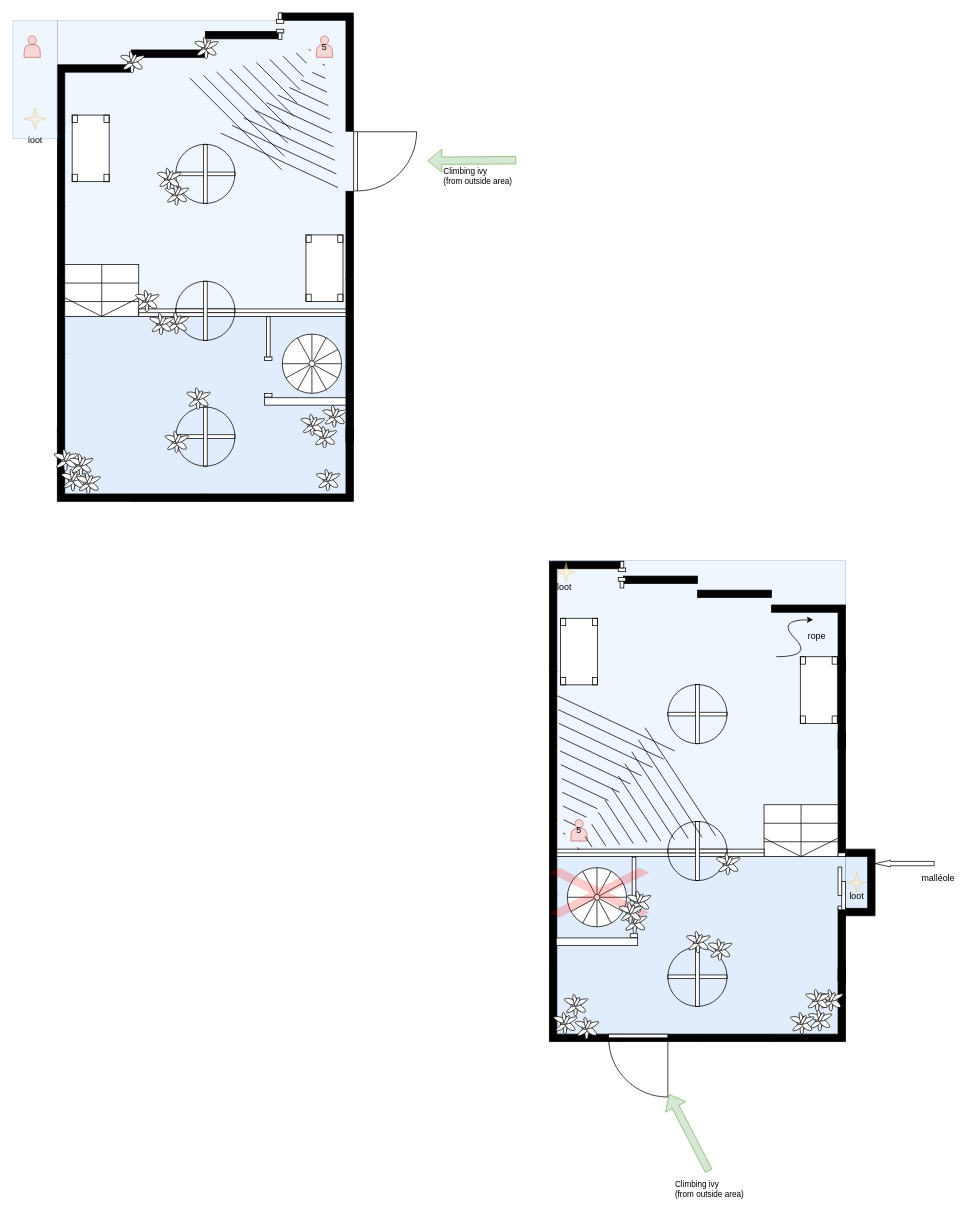
Before: page "feet" (1 of 3) of LevelDesignWS.drawio in anotien/leveldesignWS, a draw.io diagram. Source tidied: cells renumbered, new cells numbered last; positions are measured from the earlier drawing's top-left corner, leaving out a move shared by most shapes. Both pictures are drawn from the tidied source at 74%, with x=0, y=0 at pixel (13, 13).
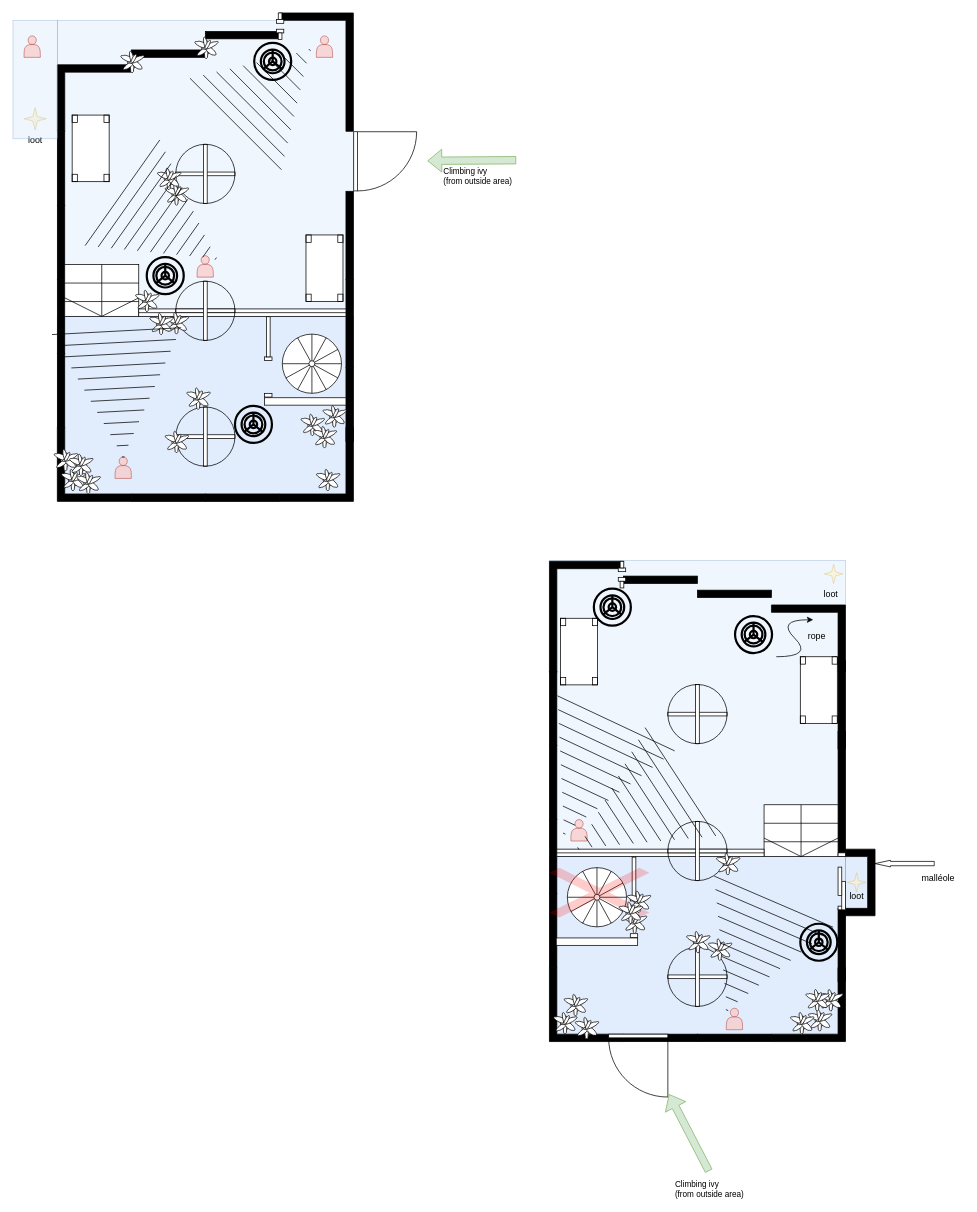
Above is the later version.

The change refers to these unchanged cells:
```xml
<mxCell id="3" style="rounded=0;whiteSpace=wrap;html=1;fillColor=#dae8fc;strokeColor=#6c8ebf;opacity=40;" parent="1" vertex="1">
  <mxGeometry x="60" y="10" width="400" height="390" as="geometry" />
</mxCell>
```

The edit, as a diff of the source:
```diff
@@
-    <mxCell id="26" value="5" style="shape=actor;whiteSpace=wrap;html=1;opacity=80;fillColor=#f8cecc;strokeColor=#b85450;" parent="1" vertex="1">
+    <mxCell id="26" style="shape=actor;whiteSpace=wrap;html=1;opacity=80;fillColor=#f8cecc;strokeColor=#b85450;" parent="1" vertex="1">
       <mxGeometry x="410" y="31" width="22" height="29" as="geometry" />
     </mxCell>
@@
-    <mxCell id="31" style="shape=mxgraph.arrows2.wedgeArrowDashed2;html=1;startWidth=87.44186046511628;stepSize=15;rounded=0;exitX=0.75;exitY=0.485;exitDx=0;exitDy=0;exitPerimeter=0;" parent="1" edge="1" source="3">
-      <mxGeometry relative="1" as="geometry">
-        <mxPoint x="420" y="70" as="targetPoint" />
-      </mxGeometry>
-    </mxCell>
@@
-    <mxCell id="70" value="5" style="shape=actor;whiteSpace=wrap;html=1;opacity=80;fillColor=#f8cecc;strokeColor=#b85450;" parent="1" vertex="1">
+    <mxCell id="70" style="shape=actor;whiteSpace=wrap;html=1;opacity=80;fillColor=#f8cecc;strokeColor=#b85450;" parent="1" vertex="1">
       <mxGeometry x="754" y="1090" width="22" height="29" as="geometry" />
     </mxCell>
@@
     <mxCell id="94" style="verticalLabelPosition=bottom;verticalAlign=top;html=1;shape=mxgraph.basic.4_point_star_2;dx=0.8;strokeColor=#d6b656;strokeWidth=1;fillColor=#fff2cc;sketch=0;opacity=50;" parent="1" vertex="1">
-      <mxGeometry x="735" y="743" width="25" height="26" as="geometry" />
+      <mxGeometry x="1096.5" y="745" width="25" height="26" as="geometry" />
     </mxCell>
     <mxCell id="95" value="&lt;div&gt;loot&lt;/div&gt;" style="text;html=1;align=center;verticalAlign=middle;strokeColor=none;fillColor=none;" parent="1" vertex="1">
-      <mxGeometry x="725.4" y="761" width="40" height="30" as="geometry" />
+      <mxGeometry x="1084.6" y="771" width="40" height="30" as="geometry" />
     </mxCell>
@@
+    <mxCell id="115" style="verticalLabelPosition=bottom;html=1;verticalAlign=top;align=center;shape=mxgraph.floorplan.floor_lamp;sketch=0;strokeColor=default;strokeWidth=3;fillColor=none;gradientColor=none;" parent="1" vertex="1">
+      <mxGeometry x="300" y="531" width="50" height="50" as="geometry" />
+    </mxCell>
+    <mxCell id="116" style="verticalLabelPosition=bottom;html=1;verticalAlign=top;align=center;shape=mxgraph.floorplan.floor_lamp;sketch=0;strokeColor=default;strokeWidth=3;fillColor=none;gradientColor=none;" parent="1" vertex="1">
+      <mxGeometry x="180.8" y="330" width="50" height="50" as="geometry" />
+    </mxCell>
+    <mxCell id="117" style="verticalLabelPosition=bottom;html=1;verticalAlign=top;align=center;shape=mxgraph.floorplan.floor_lamp;sketch=0;strokeColor=default;strokeWidth=3;fillColor=none;gradientColor=none;" parent="1" vertex="1">
+      <mxGeometry x="326" y="40.5" width="50" height="50" as="geometry" />
+    </mxCell>
+    <mxCell id="118" style="verticalLabelPosition=bottom;html=1;verticalAlign=top;align=center;shape=mxgraph.floorplan.floor_lamp;sketch=0;strokeColor=default;strokeWidth=3;fillColor=none;gradientColor=none;" parent="1" vertex="1">
+      <mxGeometry x="975.8" y="815" width="50" height="50" as="geometry" />
+    </mxCell>
+    <mxCell id="119" style="verticalLabelPosition=bottom;html=1;verticalAlign=top;align=center;shape=mxgraph.floorplan.floor_lamp;sketch=0;strokeColor=default;strokeWidth=3;fillColor=none;gradientColor=none;" parent="1" vertex="1">
+      <mxGeometry x="785" y="778" width="50" height="50" as="geometry" />
+    </mxCell>
+    <mxCell id="120" style="verticalLabelPosition=bottom;html=1;verticalAlign=top;align=center;shape=mxgraph.floorplan.floor_lamp;sketch=0;strokeColor=default;strokeWidth=3;fillColor=none;gradientColor=none;" parent="1" vertex="1">
+      <mxGeometry x="1064" y="1230.8" width="50" height="50" as="geometry" />
+    </mxCell>
+    <mxCell id="121" style="shape=actor;whiteSpace=wrap;html=1;opacity=80;fillColor=#f8cecc;strokeColor=#b85450;" parent="1" vertex="1">
+      <mxGeometry x="964" y="1345" width="22" height="29" as="geometry" />
+    </mxCell>
+    <mxCell id="122" style="shape=mxgraph.arrows2.wedgeArrowDashed2;html=1;startWidth=87.44186046511628;stepSize=15;rounded=0;" parent="1" edge="1">
+      <mxGeometry relative="1" as="geometry">
+        <mxPoint x="1028" y="1201" as="sourcePoint" />
+        <mxPoint x="965" y="1347.5" as="targetPoint" />
+      </mxGeometry>
+    </mxCell>
+    <mxCell id="123" style="shape=actor;whiteSpace=wrap;html=1;opacity=80;fillColor=#f8cecc;strokeColor=#b85450;" parent="1" vertex="1">
+      <mxGeometry x="248.8" y="328" width="22" height="29" as="geometry" />
+    </mxCell>
+    <mxCell id="124" style="shape=mxgraph.arrows2.wedgeArrowDashed2;html=1;startWidth=87.44186046511628;stepSize=15;rounded=0;" parent="1" edge="1">
+      <mxGeometry relative="1" as="geometry">
+        <mxPoint x="148" y="243" as="sourcePoint" />
+        <mxPoint x="274" y="332" as="targetPoint" />
+      </mxGeometry>
+    </mxCell>
+    <mxCell id="125" style="shape=actor;whiteSpace=wrap;html=1;opacity=80;fillColor=#f8cecc;strokeColor=#b85450;" parent="1" vertex="1">
+      <mxGeometry x="138" y="600" width="22" height="29" as="geometry" />
+    </mxCell>
+    <mxCell id="126" style="shape=mxgraph.arrows2.wedgeArrowDashed2;html=1;startWidth=87.44186046511628;stepSize=15;rounded=0;entryX=0.5;entryY=0;entryDx=0;entryDy=0;" parent="1" edge="1" target="125">
+      <mxGeometry relative="1" as="geometry">
+        <mxPoint x="140" y="430" as="sourcePoint" />
+      </mxGeometry>
+    </mxCell>
```
